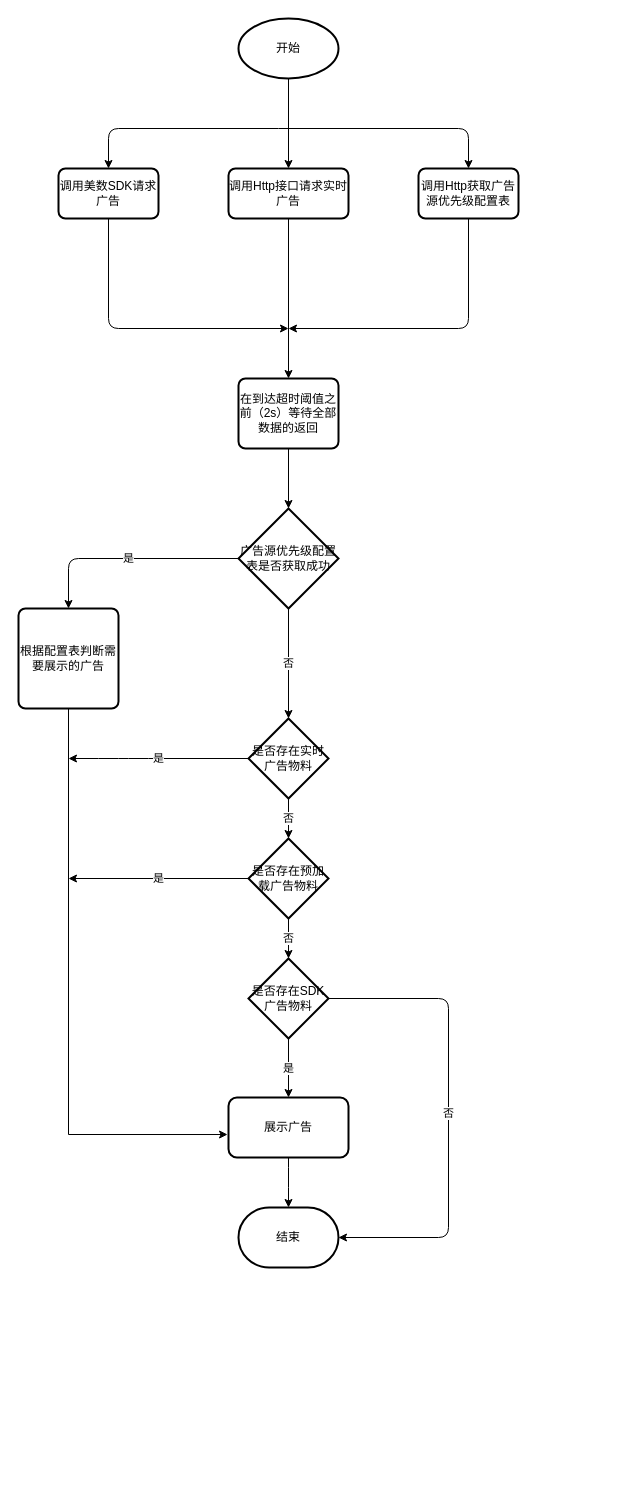
Earlier version of the draw.io diagram 未命名绘图.drawio (JINO93/MyFile). Source tidied: cells renumbered, new cells numbered last; positions are measured from the earlier drawing's top-left corner, leaving out a move shared by most shapes. Both pictures are drawn from the tidied source at 100%, with x=0, y=0 at pixel (18, 18).
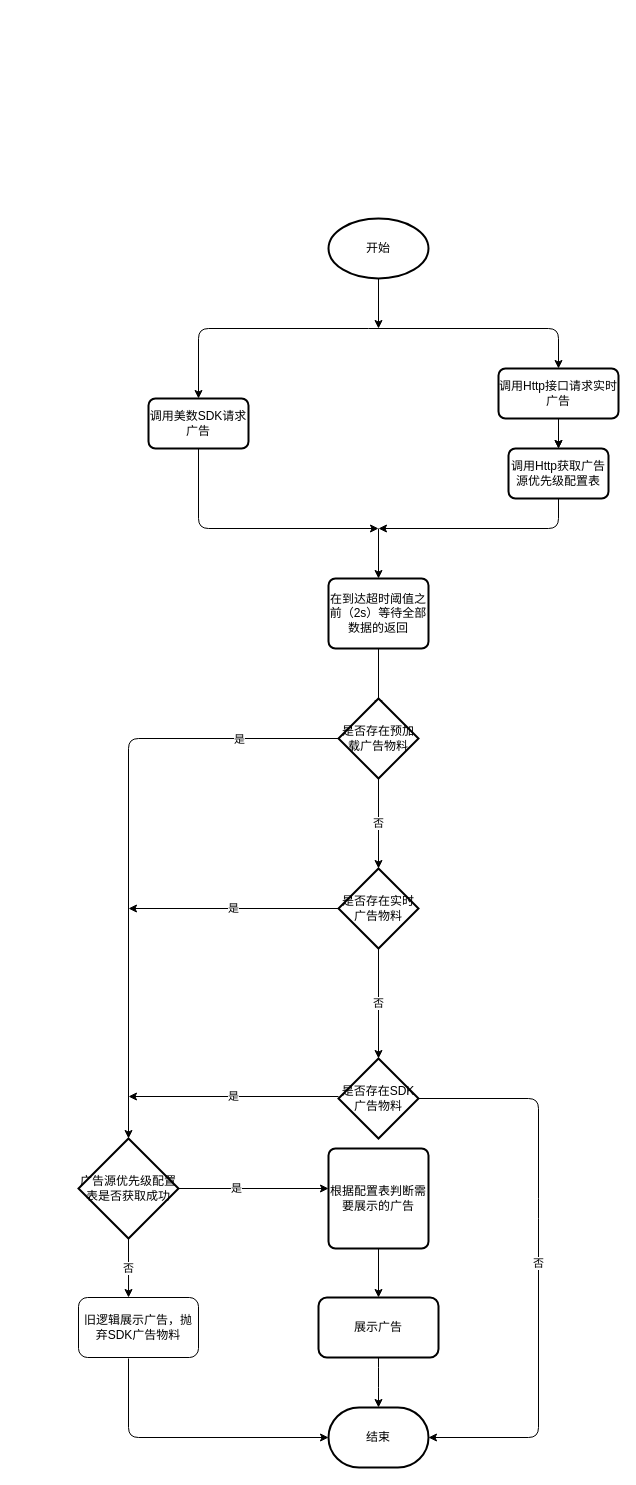
Above is the later version.

Commit message:
修改开屏页请求流程

Diff of the diagram source:
```diff
@@
     <mxCell id="2" value="开始" style="strokeWidth=2;html=1;shape=mxgraph.flowchart.start_1;whiteSpace=wrap;" parent="1" vertex="1">
-      <mxGeometry x="220" width="100" height="60" as="geometry" />
+      <mxGeometry x="310" y="200" width="100" height="60" as="geometry" />
     </mxCell>
     <mxCell id="3" value="调用美数SDK请求广告" style="rounded=1;whiteSpace=wrap;html=1;absoluteArcSize=1;arcSize=14;strokeWidth=2;" parent="1" vertex="1">
-      <mxGeometry x="40" y="150" width="100" height="50" as="geometry" />
+      <mxGeometry x="130" y="380" width="100" height="50" as="geometry" />
     </mxCell>
+    <mxCell id="31" style="edgeStyle=orthogonalEdgeStyle;rounded=0;jettySize=auto;html=1;entryX=0.5;entryY=0;entryDx=0;entryDy=0;" parent="1" edge="1" target="5">
+      <mxGeometry relative="1" as="geometry">
+        <mxPoint x="540" y="425" as="sourcePoint" />
+      </mxGeometry>
+    </mxCell>
     <mxCell id="4" value="调用Http接口请求实时广告" style="rounded=1;whiteSpace=wrap;html=1;absoluteArcSize=1;arcSize=14;strokeWidth=2;" parent="1" vertex="1">
-      <mxGeometry x="210" y="150" width="120" height="50" as="geometry" />
+      <mxGeometry x="480" y="350" width="120" height="50" as="geometry" />
     </mxCell>
     <mxCell id="5" value="调用Http获取广告源优先级配置表" style="rounded=1;whiteSpace=wrap;html=1;absoluteArcSize=1;arcSize=14;strokeWidth=2;" parent="1" vertex="1">
-      <mxGeometry x="400" y="150" width="100" height="50" as="geometry" />
+      <mxGeometry x="490" y="430" width="100" height="50" as="geometry" />
     </mxCell>
-    <mxCell id="6" style="endArrow=classic;html=1;exitX=0.5;exitY=1;exitDx=0;exitDy=0;exitPerimeter=0;entryX=0.5;entryY=0;entryDx=0;entryDy=0;" parent="1" edge="1" source="2" target="4">
-      <mxGeometry relative="1" as="geometry" />
-    </mxCell>
-    <mxCell id="7" style="endArrow=classic;html=1;entryX=0.5;entryY=0;entryDx=0;entryDy=0;" parent="1" edge="1" target="3">
-      <mxGeometry relative="1" as="geometry">
-        <mxPoint x="260" y="110" as="sourcePoint" />
-        <Array as="points">
-          <mxPoint x="90" y="110" />
-        </Array>
-      </mxGeometry>
-    </mxCell>
-    <mxCell id="8" style="endArrow=classic;html=1;entryX=0.5;entryY=0;entryDx=0;entryDy=0;" parent="1" edge="1" target="5">
-      <mxGeometry relative="1" as="geometry">
-        <mxPoint x="260" y="110" as="sourcePoint" />
-        <Array as="points">
-          <mxPoint x="450" y="110" />
-        </Array>
-      </mxGeometry>
-    </mxCell>
-    <mxCell id="9" style="endArrow=classic;html=1;exitX=0.5;exitY=1;exitDx=0;exitDy=0;entryX=0.5;entryY=0;entryDx=0;entryDy=0;" parent="1" edge="1" source="4" target="20">
-      <mxGeometry relative="1" as="geometry" />
-    </mxCell>
-    <mxCell id="10" style="endArrow=classic;html=1;exitX=0.5;exitY=1;exitDx=0;exitDy=0;" parent="1" edge="1" source="3">
-      <mxGeometry relative="1" as="geometry">
-        <mxPoint x="270" y="310" as="targetPoint" />
-        <Array as="points">
-          <mxPoint x="90" y="310" />
-        </Array>
-      </mxGeometry>
-    </mxCell>
-    <mxCell id="11" style="endArrow=classic;html=1;exitX=0.5;exitY=1;exitDx=0;exitDy=0;" parent="1" edge="1" source="5">
-      <mxGeometry relative="1" as="geometry">
-        <mxPoint x="270" y="310" as="targetPoint" />
-        <Array as="points">
-          <mxPoint x="450" y="310" />
-        </Array>
-      </mxGeometry>
-    </mxCell>
-    <mxCell id="12" style="endArrow=classic;html=1;exitX=0.5;exitY=1;exitDx=0;exitDy=0;entryX=0.5;entryY=0;entryDx=0;entryDy=0;entryPerimeter=0;" parent="1" edge="1" source="20" target="13">
-      <mxGeometry relative="1" as="geometry" />
-    </mxCell>
+    <mxCell id="32" style="endArrow=classic;html=1;entryX=0.5;entryY=0;entryDx=0;entryDy=0;" parent="1" edge="1" target="3">
+      <mxGeometry relative="1" as="geometry">
+        <mxPoint x="350" y="310" as="sourcePoint" />
+        <Array as="points">
+          <mxPoint x="180" y="310" />
+        </Array>
+      </mxGeometry>
+    </mxCell>
+    <mxCell id="33" style="endArrow=classic;html=1;entryX=0.5;entryY=0;entryDx=0;entryDy=0;" parent="1" edge="1" target="4">
+      <mxGeometry relative="1" as="geometry">
+        <mxPoint x="350" y="310" as="sourcePoint" />
+        <Array as="points">
+          <mxPoint x="540" y="310" />
+        </Array>
+      </mxGeometry>
+    </mxCell>
+    <mxCell id="34" style="endArrow=classic;html=1;entryX=0.5;entryY=0;entryDx=0;entryDy=0;" parent="1" edge="1" target="20">
+      <mxGeometry relative="1" as="geometry">
+        <mxPoint x="360" y="510" as="sourcePoint" />
+      </mxGeometry>
+    </mxCell>
+    <mxCell id="35" style="endArrow=classic;html=1;exitX=0.5;exitY=1;exitDx=0;exitDy=0;" parent="1" edge="1" source="3">
+      <mxGeometry relative="1" as="geometry">
+        <mxPoint x="360" y="510" as="targetPoint" />
+        <Array as="points">
+          <mxPoint x="180" y="510" />
+        </Array>
+      </mxGeometry>
+    </mxCell>
+    <mxCell id="36" style="endArrow=classic;html=1;exitX=0.5;exitY=1;exitDx=0;exitDy=0;" parent="1" edge="1" source="5">
+      <mxGeometry relative="1" as="geometry">
+        <mxPoint x="360" y="510" as="targetPoint" />
+        <Array as="points">
+          <mxPoint x="540" y="510" />
+        </Array>
+      </mxGeometry>
+    </mxCell>
+    <mxCell id="37" style="endArrow=classic;html=1;exitX=0.5;exitY=1;exitDx=0;exitDy=0;entryX=0.5;entryY=0.125;entryDx=0;entryDy=0;entryPerimeter=0;" parent="1" edge="1" source="20" target="26">
+      <mxGeometry relative="1" as="geometry" />
+    </mxCell>
     <mxCell id="13" value="&lt;span&gt;广告源优先级配置表是否获取成功&lt;/span&gt;" style="strokeWidth=2;html=1;shape=mxgraph.flowchart.decision;whiteSpace=wrap;" parent="1" vertex="1">
-      <mxGeometry x="220" y="490" width="100" height="100" as="geometry" />
+      <mxGeometry x="60" y="1120" width="100" height="100" as="geometry" />
     </mxCell>
-    <mxCell id="14" style="edgeStyle=orthogonalEdgeStyle;rounded=0;jettySize=auto;html=1;entryX=-0.008;entryY=0.617;entryDx=0;entryDy=0;entryPerimeter=0;" parent="1" edge="1" source="15" target="16">
-      <mxGeometry relative="1" as="geometry">
-        <Array as="points">
-          <mxPoint x="50" y="1116" />
-        </Array>
-      </mxGeometry>
-    </mxCell>
     <mxCell id="15" value="根据配置表判断需要展示的广告" style="rounded=1;whiteSpace=wrap;html=1;absoluteArcSize=1;arcSize=14;strokeWidth=2;" parent="1" vertex="1">
-      <mxGeometry y="590" width="100" height="100" as="geometry" />
+      <mxGeometry x="310" y="1130" width="100" height="100" as="geometry" />
     </mxCell>
     <mxCell id="16" value="展示广告" style="whiteSpace=wrap;html=1;rounded=1;strokeWidth=2;arcSize=14;" parent="1" vertex="1">
-      <mxGeometry x="210" y="1079" width="120" height="60" as="geometry" />
+      <mxGeometry x="300" y="1279" width="120" height="60" as="geometry" />
     </mxCell>
     <mxCell id="17" value="结束" style="strokeWidth=2;html=1;shape=mxgraph.flowchart.terminator;whiteSpace=wrap;" parent="1" vertex="1">
-      <mxGeometry x="220" y="1189" width="100" height="60" as="geometry" />
+      <mxGeometry x="310" y="1389" width="100" height="60" as="geometry" />
     </mxCell>
     <mxCell id="18" style="endArrow=classic;html=1;exitX=0.5;exitY=1;exitDx=0;exitDy=0;" parent="1" edge="1" source="16" target="17">
       <mxGeometry relative="1" as="geometry">
         <Array as="points">
-          <mxPoint x="270" y="1159" />
+          <mxPoint x="360" y="1359" />
         </Array>
       </mxGeometry>
     </mxCell>
+    <mxCell id="20" value="在到达超时阈值之前（2s）等待全部数据的返回" style="rounded=1;whiteSpace=wrap;html=1;absoluteArcSize=1;arcSize=14;strokeWidth=2;" parent="1" vertex="1">
+      <mxGeometry x="310" y="560" width="100" height="70" as="geometry" />
+    </mxCell>
+    <mxCell id="38" value="否" style="edgeStyle=orthogonalEdgeStyle;rounded=0;jettySize=auto;html=1;exitX=0.5;exitY=1;exitDx=0;exitDy=0;entryX=0.5;entryY=0;entryDx=0;entryDy=0;entryPerimeter=0;" parent="1" edge="1" source="26" target="23">
+      <mxGeometry relative="1" as="geometry" />
+    </mxCell>
+    <mxCell id="23" value="是否存在实时广告物料" style="strokeWidth=2;html=1;shape=mxgraph.flowchart.decision;whiteSpace=wrap;" parent="1" vertex="1">
+      <mxGeometry x="320" y="850" width="80" height="80" as="geometry" />
+    </mxCell>
+    <mxCell id="39" value="否" style="edgeStyle=orthogonalEdgeStyle;rounded=0;jettySize=auto;html=1;entryX=0.5;entryY=0;entryDx=0;entryDy=0;exitX=0.5;exitY=1;exitDx=0;exitDy=0;exitPerimeter=0;" parent="1" edge="1" source="23" target="28">
+      <mxGeometry relative="1" as="geometry" />
+    </mxCell>
+    <mxCell id="26" value="是否存在预加载广告物料" style="rhombus;whiteSpace=wrap;html=1;strokeWidth=2;" parent="1" vertex="1">
+      <mxGeometry x="320" y="680" width="80" height="80" as="geometry" />
+    </mxCell>
+    <mxCell id="24" value="是" style="endArrow=classic;html=1;exitX=0;exitY=0.5;exitDx=0;exitDy=0;exitPerimeter=0;" parent="1" edge="1" source="23">
+      <mxGeometry relative="1" as="geometry">
+        <mxPoint x="110" y="890" as="targetPoint" />
+      </mxGeometry>
+    </mxCell>
+    <mxCell id="28" value="是否存在SDK广告物料" style="rhombus;whiteSpace=wrap;html=1;strokeWidth=2;" parent="1" vertex="1">
+      <mxGeometry x="320" y="1040" width="80" height="80" as="geometry" />
+    </mxCell>
+    <mxCell id="30" value="否" style="endArrow=classic;html=1;exitX=1;exitY=0.5;exitDx=0;exitDy=0;entryX=1;entryY=0.5;entryDx=0;entryDy=0;entryPerimeter=0;" parent="1" edge="1" source="28" target="17">
+      <mxGeometry relative="1" as="geometry">
+        <Array as="points">
+          <mxPoint x="520" y="1080" />
+          <mxPoint x="520" y="1190" />
+          <mxPoint x="520" y="1419" />
+        </Array>
+      </mxGeometry>
+    </mxCell>
+    <mxCell id="27" value="是" style="endArrow=classic;html=1;exitX=0;exitY=0.5;exitDx=0;exitDy=0;" parent="1" edge="1">
+      <mxGeometry relative="1" as="geometry">
+        <mxPoint x="320" y="1078" as="sourcePoint" />
+        <mxPoint x="110" y="1078" as="targetPoint" />
+      </mxGeometry>
+    </mxCell>
+    <mxCell id="40" style="endArrow=classic;html=1;exitX=0;exitY=0.5;exitDx=0;exitDy=0;" parent="1" edge="1" source="26">
+      <mxGeometry relative="1" as="geometry">
+        <mxPoint x="110" y="1120" as="targetPoint" />
+        <Array as="points">
+          <mxPoint x="110" y="720" />
+        </Array>
+      </mxGeometry>
+    </mxCell>
+    <mxCell id="41" value="是" style="edgeLabel;html=1;align=center;verticalAlign=middle;" parent="40" vertex="1">
+      <mxGeometry x="-0.31" y="100" relative="1" as="geometry">
+        <mxPoint x="10" as="offset" />
+      </mxGeometry>
+    </mxCell>
-    <mxCell id="19" value="是" style="endArrow=classic;html=1;exitX=0;exitY=0.5;exitDx=0;exitDy=0;exitPerimeter=0;entryX=0.5;entryY=0;entryDx=0;entryDy=0;" parent="1" edge="1" source="13" target="15">
-      <mxGeometry relative="1" as="geometry">
-        <Array as="points">
-          <mxPoint x="50" y="540" />
-        </Array>
-      </mxGeometry>
+    <mxCell id="19" style="endArrow=classic;html=1;exitX=1;exitY=0.5;exitDx=0;exitDy=0;exitPerimeter=0;entryX=0;entryY=0.4;entryDx=0;entryDy=0;entryPerimeter=0;" parent="1" edge="1" source="13" target="15">
+      <mxGeometry relative="1" as="geometry" />
     </mxCell>
-    <mxCell id="20" value="在到达超时阈值之前（2s）等待全部数据的返回" style="rounded=1;whiteSpace=wrap;html=1;absoluteArcSize=1;arcSize=14;strokeWidth=2;" parent="1" vertex="1">
-      <mxGeometry x="220" y="360" width="100" height="70" as="geometry" />
-    </mxCell>
-    <mxCell id="21" value="否" style="endArrow=classic;html=1;exitX=0.5;exitY=1;exitDx=0;exitDy=0;exitPerimeter=0;entryX=0.5;entryY=0;entryDx=0;entryDy=0;entryPerimeter=0;" parent="1" edge="1" source="13" target="23">
-      <mxGeometry relative="1" as="geometry" />
-    </mxCell>
-    <mxCell id="22" value="否" style="edgeStyle=orthogonalEdgeStyle;rounded=0;jettySize=auto;html=1;" parent="1" edge="1" source="23" target="26">
-      <mxGeometry relative="1" as="geometry" />
-    </mxCell>
-    <mxCell id="23" value="是否存在实时广告物料" style="strokeWidth=2;html=1;shape=mxgraph.flowchart.decision;whiteSpace=wrap;" parent="1" vertex="1">
-      <mxGeometry x="230" y="700" width="80" height="80" as="geometry" />
-    </mxCell>
-    <mxCell id="24" value="是" style="endArrow=classic;html=1;exitX=0;exitY=0.5;exitDx=0;exitDy=0;exitPerimeter=0;" parent="1" edge="1" source="23">
-      <mxGeometry relative="1" as="geometry">
-        <mxPoint x="50" y="740" as="targetPoint" />
-        <Array as="points">
-          <mxPoint x="120" y="740" />
-          <mxPoint x="90" y="740" />
-        </Array>
-      </mxGeometry>
-    </mxCell>
-    <mxCell id="25" value="否" style="edgeStyle=orthogonalEdgeStyle;rounded=0;jettySize=auto;html=1;" parent="1" edge="1" source="26" target="28">
-      <mxGeometry relative="1" as="geometry" />
-    </mxCell>
-    <mxCell id="26" value="是否存在预加载广告物料" style="rhombus;whiteSpace=wrap;html=1;strokeWidth=2;" parent="1" vertex="1">
-      <mxGeometry x="230" y="820" width="80" height="80" as="geometry" />
-    </mxCell>
-    <mxCell id="27" value="是" style="endArrow=classic;html=1;exitX=0;exitY=0.5;exitDx=0;exitDy=0;" parent="1" edge="1" source="26">
-      <mxGeometry relative="1" as="geometry">
-        <mxPoint x="50" y="860" as="targetPoint" />
-      </mxGeometry>
-    </mxCell>
-    <mxCell id="28" value="是否存在SDK广告物料" style="rhombus;whiteSpace=wrap;html=1;strokeWidth=2;" parent="1" vertex="1">
-      <mxGeometry x="230" y="940" width="80" height="80" as="geometry" />
-    </mxCell>
-    <mxCell id="29" value="是" style="endArrow=classic;html=1;exitX=0.5;exitY=1;exitDx=0;exitDy=0;entryX=0.5;entryY=0;entryDx=0;entryDy=0;" parent="1" edge="1" source="28" target="16">
-      <mxGeometry relative="1" as="geometry" />
-    </mxCell>
-    <mxCell id="30" value="否" style="endArrow=classic;html=1;exitX=1;exitY=0.5;exitDx=0;exitDy=0;entryX=1;entryY=0.5;entryDx=0;entryDy=0;entryPerimeter=0;" parent="1" edge="1" source="28" target="17">
-      <mxGeometry relative="1" as="geometry">
-        <Array as="points">
-          <mxPoint x="430" y="980" />
-          <mxPoint x="430" y="1219" />
-        </Array>
-      </mxGeometry>
-    </mxCell>
+    <mxCell id="42" value="是" style="edgeLabel;html=1;align=center;verticalAlign=middle;" parent="19" vertex="1">
+      <mxGeometry x="-0.24" y="1" relative="1" as="geometry" />
+    </mxCell>
+    <mxCell id="14" style="endArrow=classic;html=1;exitX=0.5;exitY=1;exitDx=0;exitDy=0;entryX=0.5;entryY=0;entryDx=0;entryDy=0;" parent="1" edge="1" source="15" target="16">
+      <mxGeometry relative="1" as="geometry" />
+    </mxCell>
+    <mxCell id="43" value="旧逻辑展示广告，抛弃SDK广告物料" style="rounded=1;whiteSpace=wrap;html=1;" parent="1" vertex="1">
+      <mxGeometry x="60" y="1279" width="120" height="60" as="geometry" />
+    </mxCell>
+    <mxCell id="44" value="否" style="endArrow=classic;html=1;exitX=0.5;exitY=1;exitDx=0;exitDy=0;exitPerimeter=0;entryX=0.417;entryY=0;entryDx=0;entryDy=0;entryPerimeter=0;" parent="1" edge="1" source="13" target="43">
+      <mxGeometry relative="1" as="geometry" />
+    </mxCell>
+    <mxCell id="45" style="endArrow=classic;html=1;entryX=0;entryY=0.5;entryDx=0;entryDy=0;entryPerimeter=0;" parent="1" edge="1" target="17">
+      <mxGeometry relative="1" as="geometry">
+        <mxPoint x="110" y="1340" as="sourcePoint" />
+        <Array as="points">
+          <mxPoint x="110" y="1419" />
+        </Array>
+      </mxGeometry>
+    </mxCell>
+    <mxCell id="46" style="endArrow=classic;html=1;exitX=0.5;exitY=1;exitDx=0;exitDy=0;entryX=0.5;entryY=0;entryDx=0;entryDy=0;" parent="1" edge="1" source="4" target="5">
+      <mxGeometry relative="1" as="geometry" />
+    </mxCell>
+    <mxCell id="47" style="endArrow=classic;html=1;exitX=0.5;exitY=1;exitDx=0;exitDy=0;exitPerimeter=0;" parent="1" edge="1" source="2">
+      <mxGeometry relative="1" as="geometry">
+        <mxPoint x="360" y="310" as="targetPoint" />
+      </mxGeometry>
+    </mxCell>
```
